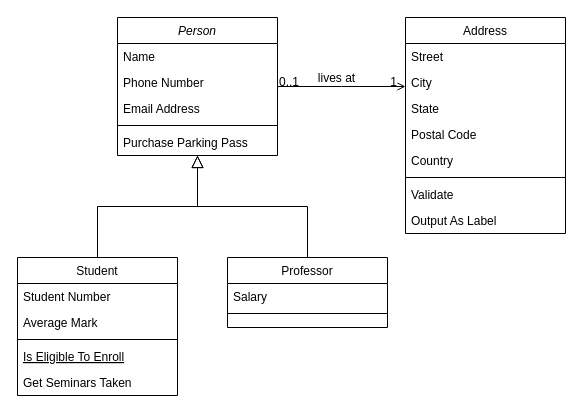
Before: Diagramme sans nom.drawio in OphelieVal/Puissance4, a draw.io diagram. Source tidied: cells renumbered, new cells numbered last; positions are measured from the earlier drawing's top-left corner, leaving out a move shared by most shapes. Both pictures are drawn from the tidied source at 100%, with x=0, y=0 at pixel (17, 17).
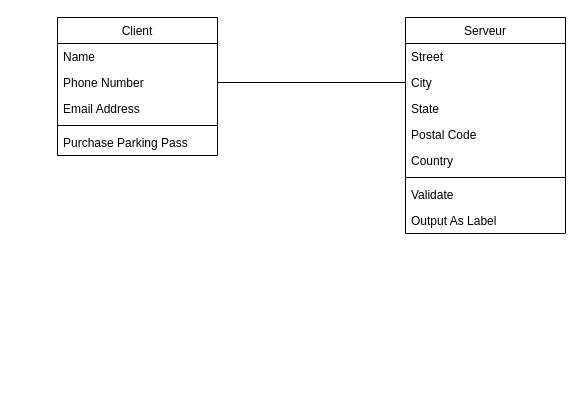
The same diagram, later.

Commit message:
Mettre à jour Diagramme sans nom.drawio

Unchanged cells that the change refers to:
```xml
<mxCell id="4" value="Phone Number" style="text;align=left;verticalAlign=top;spacingLeft=4;spacingRight=4;overflow=hidden;points=[[0,0.5],[1,0.5]];portConstraint=eastwest;rounded=0;shadow=0;html=0;" parent="2" vertex="1">
  <mxGeometry y="52" width="160" height="26" as="geometry" />
</mxCell>
<mxCell id="21" value="City" style="text;align=left;verticalAlign=top;spacingLeft=4;spacingRight=4;overflow=hidden;points=[[0,0.5],[1,0.5]];portConstraint=eastwest;rounded=0;shadow=0;html=0;" parent="19" vertex="1">
  <mxGeometry y="52" width="160" height="26" as="geometry" />
</mxCell>
```

Change to the diagram source:
```diff
@@
-    <mxCell id="2" value="Person" style="swimlane;fontStyle=2;align=center;verticalAlign=top;horizontal=1;startSize=26;rounded=0;shadow=0;strokeWidth=1;" parent="1" vertex="1">
-      <mxGeometry x="100" width="160" height="138" as="geometry" />
+    <mxCell id="2" value="Client" style="swimlane;fontStyle=0;align=center;verticalAlign=top;horizontal=1;startSize=26;rounded=0;shadow=0;strokeWidth=1;" parent="1" vertex="1">
+      <mxGeometry x="40" width="160" height="138" as="geometry" />
     </mxCell>
@@
-    <mxCell id="8" value="Student" style="swimlane;fontStyle=0;align=center;verticalAlign=top;horizontal=1;startSize=26;rounded=0;shadow=0;strokeWidth=1;" parent="1" vertex="1">
-      <mxGeometry y="240" width="160" height="138" as="geometry" />
-    </mxCell>
-    <mxCell id="9" value="Student Number" style="text;align=left;verticalAlign=top;spacingLeft=4;spacingRight=4;overflow=hidden;" parent="8" vertex="1">
-      <mxGeometry y="26" width="160" height="26" as="geometry" />
-    </mxCell>
-    <mxCell id="10" value="Average Mark" style="text;align=left;verticalAlign=top;spacingLeft=4;spacingRight=4;overflow=hidden;rounded=0;shadow=0;html=0;" parent="8" vertex="1">
-      <mxGeometry y="52" width="160" height="26" as="geometry" />
-    </mxCell>
-    <mxCell id="11" style="line;html=1;strokeWidth=1;align=left;verticalAlign=middle;spacingTop=-1;spacingLeft=3;spacingRight=3;labelPosition=right;" parent="8" vertex="1">
-      <mxGeometry y="78" width="160" height="8" as="geometry" />
-    </mxCell>
-    <mxCell id="12" value="Is Eligible To Enroll" style="text;align=left;verticalAlign=top;spacingLeft=4;spacingRight=4;overflow=hidden;fontStyle=4;" parent="8" vertex="1">
-      <mxGeometry y="86" width="160" height="26" as="geometry" />
-    </mxCell>
-    <mxCell id="13" value="Get Seminars Taken" style="text;align=left;verticalAlign=top;spacingLeft=4;spacingRight=4;overflow=hidden;" parent="8" vertex="1">
-      <mxGeometry y="112" width="160" height="26" as="geometry" />
-    </mxCell>
-    <mxCell id="14" style="endArrow=block;endSize=10;endFill=0;shadow=0;strokeWidth=1;rounded=0;curved=0;edgeStyle=elbowEdgeStyle;elbow=vertical;" parent="1" edge="1" source="8" target="2">
-      <mxGeometry relative="1" as="geometry" />
-    </mxCell>
-    <mxCell id="15" value="Professor" style="swimlane;fontStyle=0;align=center;verticalAlign=top;horizontal=1;startSize=26;rounded=0;shadow=0;strokeWidth=1;" parent="1" vertex="1">
-      <mxGeometry x="210" y="240" width="160" height="70" as="geometry" />
-    </mxCell>
-    <mxCell id="16" value="Salary" style="text;align=left;verticalAlign=top;spacingLeft=4;spacingRight=4;overflow=hidden;" parent="15" vertex="1">
-      <mxGeometry y="26" width="160" height="26" as="geometry" />
-    </mxCell>
-    <mxCell id="17" style="line;html=1;strokeWidth=1;align=left;verticalAlign=middle;spacingTop=-1;spacingLeft=3;spacingRight=3;labelPosition=right;" parent="15" vertex="1">
-      <mxGeometry y="52" width="160" height="8" as="geometry" />
-    </mxCell>
-    <mxCell id="18" style="endArrow=block;endSize=10;endFill=0;shadow=0;strokeWidth=1;rounded=0;curved=0;edgeStyle=elbowEdgeStyle;elbow=vertical;" parent="1" edge="1" source="15" target="2">
-      <mxGeometry relative="1" as="geometry" />
-    </mxCell>
-    <mxCell id="19" value="Address" style="swimlane;fontStyle=0;align=center;verticalAlign=top;horizontal=1;startSize=26;rounded=0;shadow=0;strokeWidth=1;" parent="1" vertex="1">
+    <mxCell id="19" value="Serveur" style="swimlane;fontStyle=0;align=center;verticalAlign=top;horizontal=1;startSize=26;rounded=0;shadow=0;strokeWidth=1;" parent="1" vertex="1">
       <mxGeometry x="388" width="160" height="216" as="geometry" />
     </mxCell>
@@
-    <mxCell id="28" style="endArrow=open;shadow=0;strokeWidth=1;rounded=0;curved=0;endFill=1;edgeStyle=elbowEdgeStyle;elbow=vertical;" parent="1" edge="1" source="2" target="19">
-      <mxGeometry x="0.5" y="41" relative="1" as="geometry">
-        <mxPoint x="-40" y="32" as="offset" />
-      </mxGeometry>
-    </mxCell>
-    <mxCell id="29" value="0..1" style="align=left;verticalAlign=bottom;labelBackgroundColor=none;fontSize=12;" parent="28" vertex="1">
-      <mxGeometry x="-1" relative="1" as="geometry">
-        <mxPoint y="4" as="offset" />
-      </mxGeometry>
-    </mxCell>
-    <mxCell id="30" value="1" style="align=right;verticalAlign=bottom;labelBackgroundColor=none;fontSize=12;" parent="28" vertex="1">
-      <mxGeometry x="1" relative="1" as="geometry">
-        <mxPoint x="-7" y="4" as="offset" />
-      </mxGeometry>
-    </mxCell>
-    <mxCell id="31" value="lives at" style="text;html=1;align=center;verticalAlign=middle;labelBackgroundColor=none;rounded=0;shadow=0;strokeWidth=1;fontSize=12;" parent="28" vertex="1">
-      <mxGeometry x="0.5" y="49" relative="1" as="geometry">
-        <mxPoint x="-38" y="40" as="offset" />
-      </mxGeometry>
-    </mxCell>
+    <mxCell id="32" style="endArrow=none;html=1;rounded=0;exitX=1;exitY=0.5;exitDx=0;exitDy=0;entryX=0;entryY=0.5;entryDx=0;entryDy=0;" parent="1" edge="1" source="4" target="21">
+      <mxGeometry relative="1" as="geometry" />
+    </mxCell>
```
